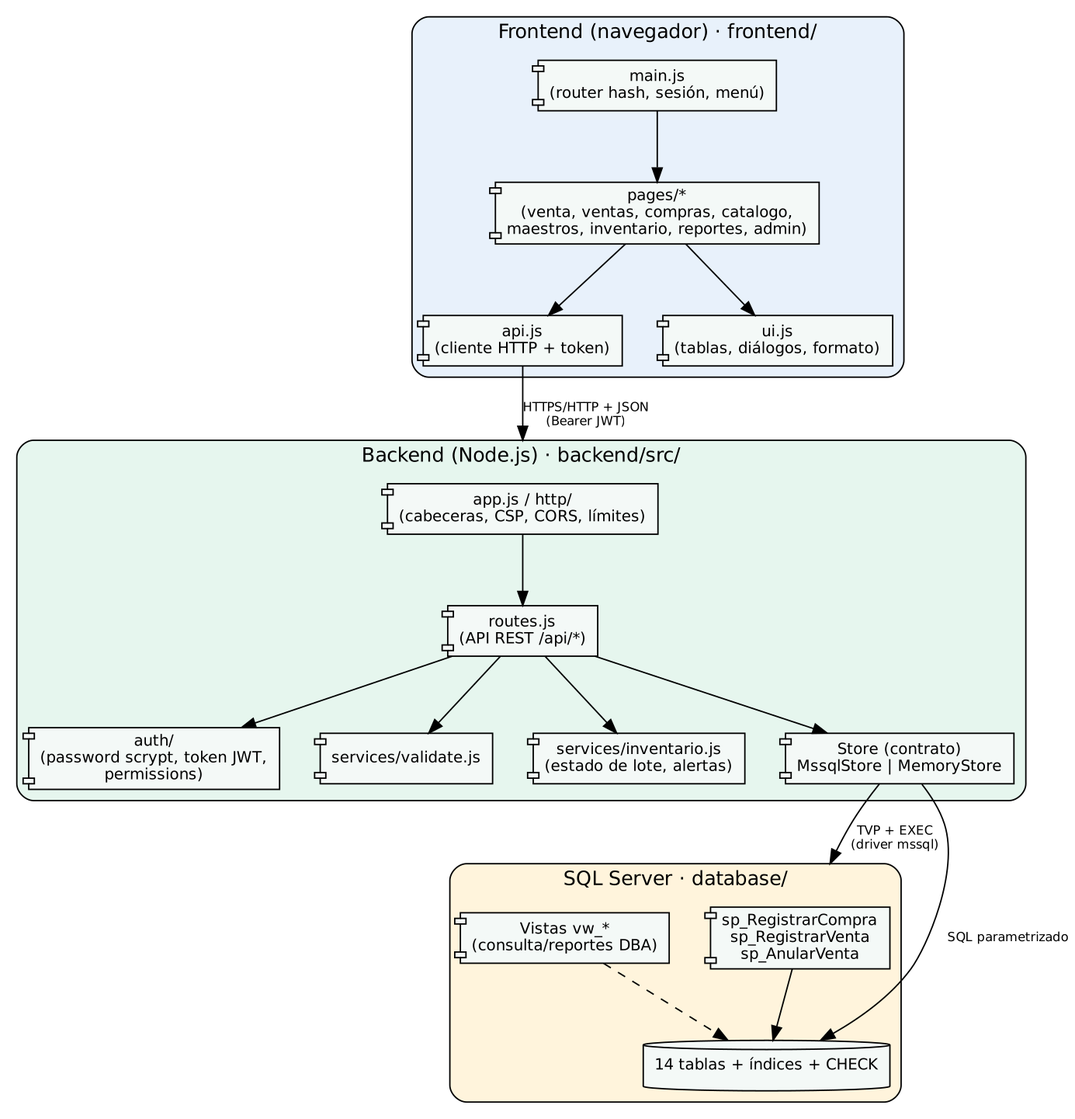
The Graphviz diagram docs/diagramas/componentes.png in angelonavarroxd23-lab/Farma-Control, before a commit. Its source is kept beside it as docs/diagramas/src/componentes.dot.
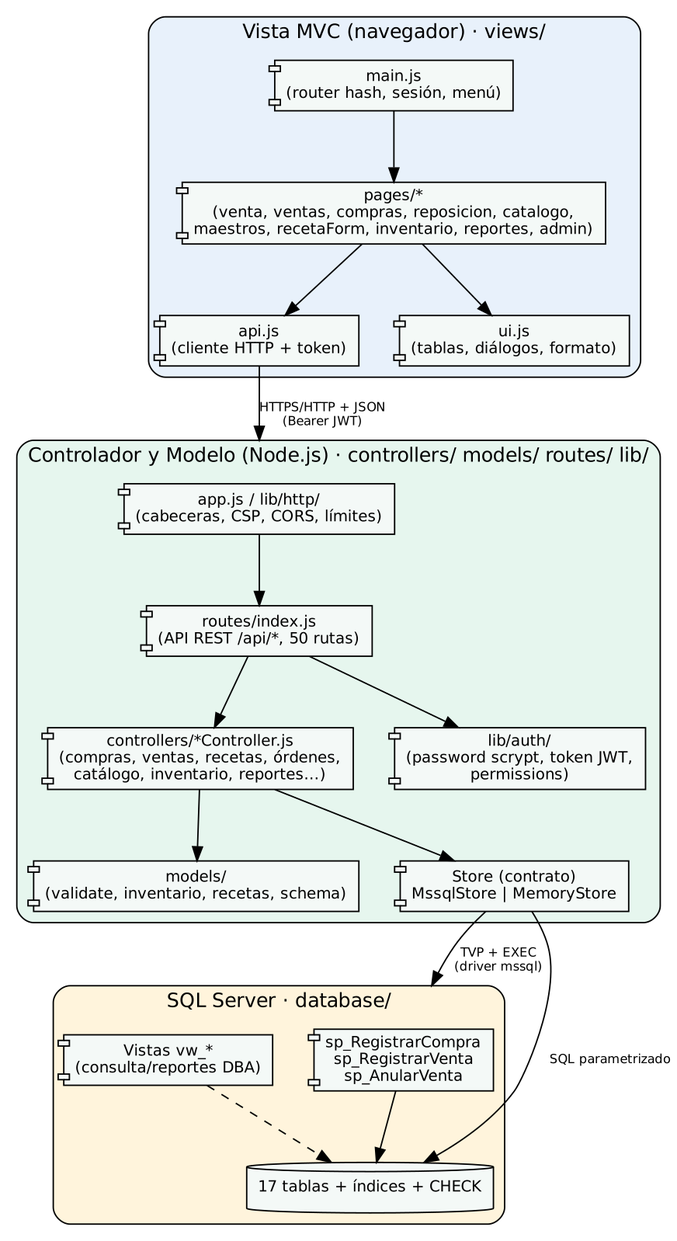
Above is the later version.

The edit, as a diff of the source:
```diff
@@ -1,11 +1,11 @@
 digraph C { rankdir=TB; bgcolor=white; compound=true; nodesep=0.4; ranksep=0.7;
 node [shape=component, style=filled, fillcolor="#F4F9F7", fontname=Helvetica, fontsize=11]; edge [fontname=Helvetica, fontsize=9];
-subgraph cluster_f { label="Frontend (navegador) · frontend/"; style="rounded,filled"; fillcolor="#E8F1FB"; fontname=Helvetica;
- main [label="main.js\n(router hash, sesión, menú)"]; pages [label="pages/*\n(venta, ventas, compras, catalogo,\nmaestros, inventario, reportes, admin)"]; api [label="api.js\n(cliente HTTP + token)"]; ui [label="ui.js\n(tablas, diálogos, formato)"]; }
-subgraph cluster_b { label="Backend (Node.js) · backend/src/"; style="rounded,filled"; fillcolor="#E6F6EE"; fontname=Helvetica;
- app [label="app.js / http/\n(cabeceras, CSP, CORS, límites)"]; routes [label="routes.js\n(API REST /api/*)"]; auth [label="auth/\n(password scrypt, token JWT,\npermissions)"]; val [label="services/validate.js"]; inv [label="services/inventario.js\n(estado de lote, alertas)"]; store [label="Store (contrato)\nMssqlStore | MemoryStore"]; }
+subgraph cluster_f { label="Vista MVC (navegador) · views/"; style="rounded,filled"; fillcolor="#E8F1FB"; fontname=Helvetica;
+ main [label="main.js\n(router hash, sesión, menú)"]; pages [label="pages/*\n(venta, ventas, compras, reposicion, catalogo,\nmaestros, recetaForm, inventario, reportes, admin)"]; api [label="api.js\n(cliente HTTP + token)"]; ui [label="ui.js\n(tablas, diálogos, formato)"]; }
+subgraph cluster_b { label="Controlador y Modelo (Node.js) · controllers/ models/ routes/ lib/"; style="rounded,filled"; fillcolor="#E6F6EE"; fontname=Helvetica;
+ app [label="app.js / lib/http/\n(cabeceras, CSP, CORS, límites)"]; routes [label="routes/index.js\n(API REST /api/*, 50 rutas)"]; ctrl [label="controllers/*Controller.js\n(compras, ventas, recetas, órdenes,\ncatálogo, inventario, reportes…)"]; auth [label="lib/auth/\n(password scrypt, token JWT,\npermissions)"]; mod [label="models/\n(validate, inventario, recetas, schema)"]; store [label="Store (contrato)\nMssqlStore | MemoryStore"]; }
 subgraph cluster_d { label="SQL Server · database/"; style="rounded,filled"; fillcolor="#FFF4DC"; fontname=Helvetica;
- tabs [label="14 tablas + índices + CHECK", shape=cylinder]; sps [label="sp_RegistrarCompra\nsp_RegistrarVenta\nsp_AnularVenta"]; views [label="Vistas vw_*\n(consulta/reportes DBA)"]; }
+ tabs [label="17 tablas + índices + CHECK", shape=cylinder]; sps [label="sp_RegistrarCompra\nsp_RegistrarVenta\nsp_AnularVenta"]; views [label="Vistas vw_*\n(consulta/reportes DBA)"]; }
 main -> pages; pages -> api; pages -> ui; api -> app [label="HTTPS/HTTP + JSON\n(Bearer JWT)", lhead=cluster_b];
-app -> routes; routes -> auth; routes -> val; routes -> inv; routes -> store;
+app -> routes; routes -> auth; routes -> ctrl; ctrl -> mod; ctrl -> store;
 store -> sps [label="TVP + EXEC\n(driver mssql)", lhead=cluster_d]; store -> tabs [label="SQL parametrizado"]; sps -> tabs; views -> tabs [style=dashed]; }
```
